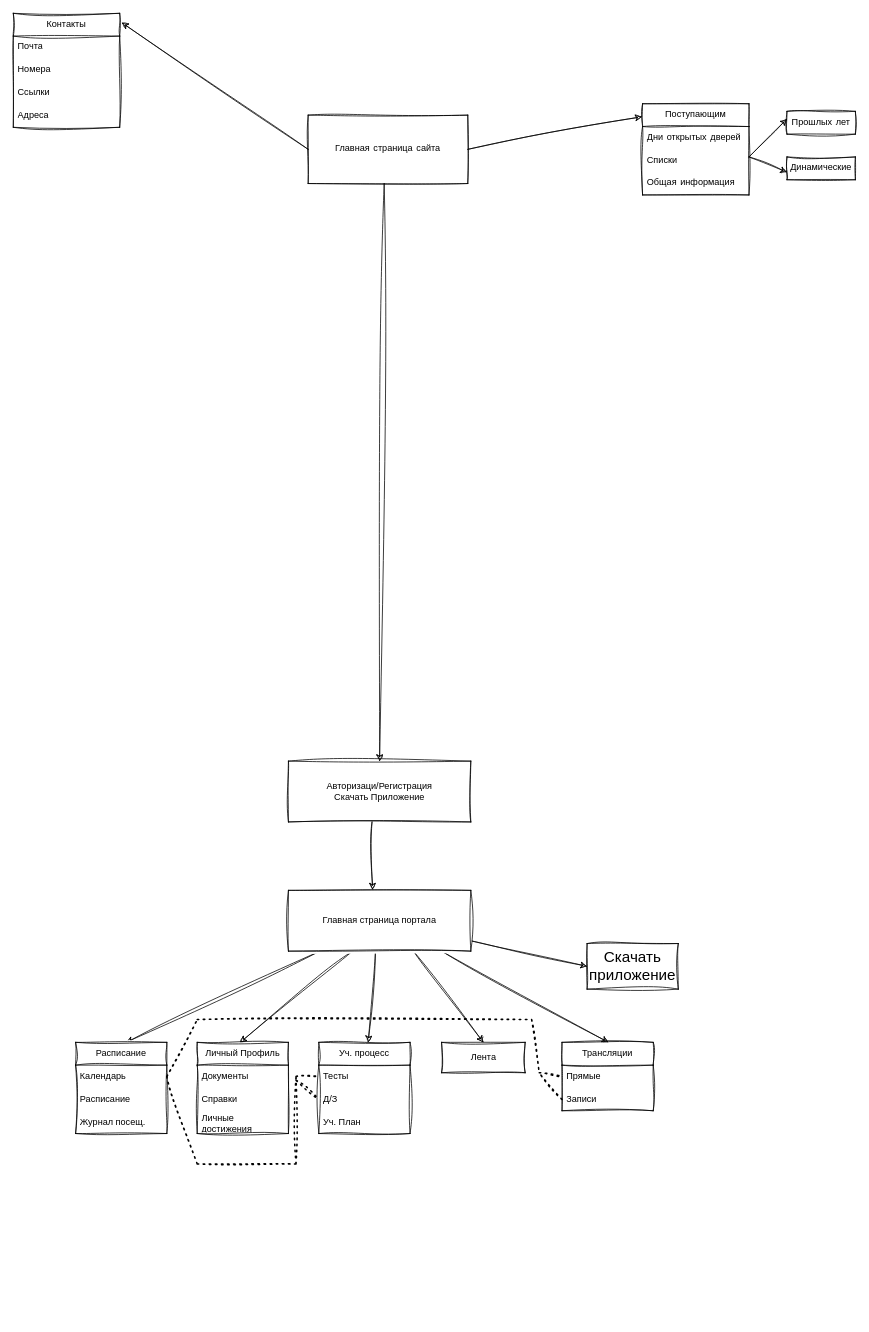
This is Architecture/Inf.drawio from Ptrrch/UNN, a draw.io file, before an edit. Source tidied: cells renumbered, new cells numbered last; positions are measured from the earlier drawing's top-left corner, leaving out a move shared by most shapes. Both pictures are drawn from the tidied source at 76%, with x=0, y=0 at pixel (13, 13).
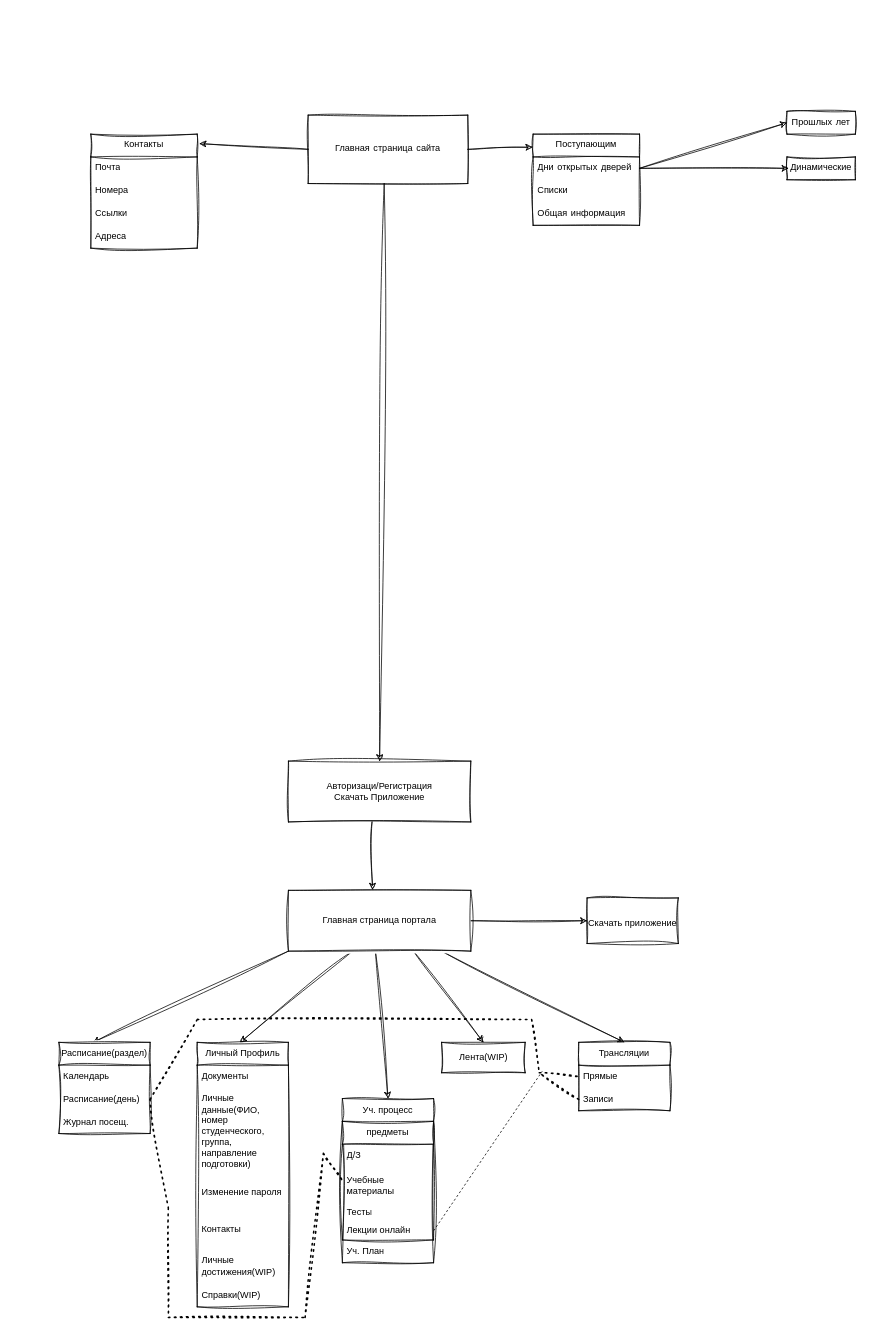
The same diagram, later.

Unchanged cells that the change refers to:
```xml
<mxCell id="22" value="Прямые" style="text;strokeColor=none;fillColor=none;align=left;verticalAlign=middle;spacingLeft=4;spacingRight=4;overflow=hidden;points=[[0,0.5],[1,0.5]];portConstraint=eastwest;whiteSpace=wrap;html=1;rounded=0;sketch=1;curveFitting=1;jiggle=2;" parent="21" vertex="1">
  <mxGeometry y="30" width="120" height="30" as="geometry" />
</mxCell>
<mxCell id="36" value="Дни открытых дверей" style="text;strokeColor=none;fillColor=none;align=left;verticalAlign=middle;spacingLeft=4;spacingRight=4;overflow=hidden;points=[[0,0.5],[1,0.5]];portConstraint=eastwest;whiteSpace=wrap;html=1;fontFamily=Architects Daughter;rounded=0;sketch=1;curveFitting=1;jiggle=2;" parent="35" vertex="1">
  <mxGeometry y="30" width="140" height="30" as="geometry" />
</mxCell>
<mxCell id="44" value="Прошлых лет" style="rounded=0;whiteSpace=wrap;html=1;hachureGap=4;fontFamily=Architects Daughter;sketch=1;curveFitting=1;jiggle=2;" parent="1" vertex="1">
  <mxGeometry x="1018" y="129" width="90" height="30" as="geometry" />
</mxCell>
```

The edit, as a diff of the source:
```diff
@@
-    <mxCell id="3" value="Лента" style="html=1;whiteSpace=wrap;rounded=0;sketch=1;curveFitting=1;jiggle=2;" parent="1" vertex="1">
+    <mxCell id="3" value="Лента(WIP)" style="html=1;whiteSpace=wrap;rounded=0;sketch=1;curveFitting=1;jiggle=2;" parent="1" vertex="1">
       <mxGeometry x="563.5" y="1354" width="110" height="40" as="geometry" />
     </mxCell>
-    <mxCell id="4" style="endArrow=classic;html=1;rounded=0;entryX=0.5;entryY=0;entryDx=0;entryDy=0;sketch=1;curveFitting=1;jiggle=2;" parent="1" edge="1">
+    <mxCell id="4" style="endArrow=classic;html=1;rounded=0;entryX=0.37;entryY=0.002;entryDx=0;entryDy=0;sketch=1;curveFitting=1;jiggle=2;entryPerimeter=0;" parent="1" edge="1" target="9">
       <mxGeometry relative="1" as="geometry">
-        <mxPoint x="403.5" y="1234" as="sourcePoint" />
-        <mxPoint x="148.5" y="1354" as="targetPoint" />
+        <mxPoint x="362" y="1234" as="sourcePoint" />
       </mxGeometry>
     </mxCell>
@@
-    <mxCell id="6" style="endArrow=classic;html=1;rounded=0;entryX=0.5;entryY=0;entryDx=0;entryDy=0;sketch=1;curveFitting=1;jiggle=2;" parent="1" edge="1">
+    <mxCell id="6" style="endArrow=classic;html=1;rounded=0;sketch=1;curveFitting=1;jiggle=2;entryX=0.5;entryY=0;entryDx=0;entryDy=0;" parent="1" edge="1" target="17">
       <mxGeometry relative="1" as="geometry">
         <mxPoint x="476.5" y="1234" as="sourcePoint" />
-        <mxPoint x="467" y="1354" as="targetPoint" />
       </mxGeometry>
     </mxCell>
@@
-    <mxCell id="8" style="endArrow=classic;html=1;rounded=0;entryX=0.568;entryY=0;entryDx=0;entryDy=0;entryPerimeter=0;sketch=1;curveFitting=1;jiggle=2;" parent="1" edge="1">
+    <mxCell id="8" style="endArrow=classic;html=1;rounded=0;sketch=1;curveFitting=1;jiggle=2;entryX=0.5;entryY=0;entryDx=0;entryDy=0;" parent="1" edge="1" target="21">
       <mxGeometry relative="1" as="geometry">
         <mxPoint x="563.5" y="1234" as="sourcePoint" />
-        <mxPoint x="783" y="1354" as="targetPoint" />
       </mxGeometry>
     </mxCell>
-    <mxCell id="9" value="Расписание" style="swimlane;fontStyle=0;horizontal=1;startSize=30;whiteSpace=wrap;html=1;rounded=0;sketch=1;curveFitting=1;jiggle=2;" parent="1" vertex="1">
-      <mxGeometry x="82" y="1354" width="120" height="120" as="geometry" />
+    <mxCell id="9" value="Расписание(раздел)" style="swimlane;fontStyle=0;horizontal=1;startSize=30;whiteSpace=wrap;html=1;rounded=0;sketch=1;curveFitting=1;jiggle=2;" parent="1" vertex="1">
+      <mxGeometry x="60" y="1354" width="120" height="120" as="geometry" />
     </mxCell>
@@
-    <mxCell id="11" value="Расписание" style="text;strokeColor=none;fillColor=none;align=left;verticalAlign=middle;spacingLeft=4;spacingRight=4;overflow=hidden;points=[[0,0.5],[1,0.5]];portConstraint=eastwest;whiteSpace=wrap;html=1;rounded=0;sketch=1;curveFitting=1;jiggle=2;" parent="9" vertex="1">
+    <mxCell id="11" value="Расписание(день)" style="text;strokeColor=none;fillColor=none;align=left;verticalAlign=middle;spacingLeft=4;spacingRight=4;overflow=hidden;points=[[0,0.5],[1,0.5]];portConstraint=eastwest;whiteSpace=wrap;html=1;rounded=0;sketch=1;curveFitting=1;jiggle=2;" parent="9" vertex="1">
       <mxGeometry y="60" width="120" height="30" as="geometry" />
     </mxCell>
@@
     <mxCell id="13" value="Личный Профиль" style="swimlane;fontStyle=0;horizontal=1;startSize=30;whiteSpace=wrap;html=1;rounded=0;sketch=1;curveFitting=1;jiggle=2;" parent="1" vertex="1">
-      <mxGeometry x="242" y="1354" width="120" height="120" as="geometry" />
+      <mxGeometry x="242" y="1354" width="120" height="348" as="geometry" />
     </mxCell>
@@
+    <mxCell id="49" value="Личные данные(ФИО,&amp;nbsp; номер студенческого, группа, направление подготовки)" style="text;strokeColor=none;fillColor=none;align=left;verticalAlign=middle;spacingLeft=4;spacingRight=4;overflow=hidden;whiteSpace=wrap;html=1;rounded=0;sketch=1;curveFitting=1;jiggle=2;" parent="13" vertex="1">
+      <mxGeometry y="60" width="120" height="114" as="geometry" />
+    </mxCell>
+    <mxCell id="50" value="Изменение пароля" style="text;strokeColor=none;fillColor=none;align=left;verticalAlign=middle;spacingLeft=4;spacingRight=4;overflow=hidden;whiteSpace=wrap;html=1;rounded=0;sketch=1;curveFitting=1;jiggle=2;" parent="13" vertex="1">
+      <mxGeometry y="174" width="120" height="48" as="geometry" />
+    </mxCell>
+    <mxCell id="51" value="Контакты" style="text;strokeColor=none;fillColor=none;align=left;verticalAlign=middle;spacingLeft=4;spacingRight=4;overflow=hidden;whiteSpace=wrap;html=1;rounded=0;sketch=1;curveFitting=1;jiggle=2;" parent="13" vertex="1">
+      <mxGeometry y="222" width="120" height="48" as="geometry" />
+    </mxCell>
+    <mxCell id="16" value="Личные достижения(WIP)" style="text;strokeColor=none;fillColor=none;align=left;verticalAlign=middle;spacingLeft=4;spacingRight=4;overflow=hidden;whiteSpace=wrap;html=1;rounded=0;sketch=1;curveFitting=1;jiggle=2;" parent="13" vertex="1">
+      <mxGeometry y="270" width="120" height="48" as="geometry" />
+    </mxCell>
-    <mxCell id="15" value="Справки" style="text;strokeColor=none;fillColor=none;align=left;verticalAlign=middle;spacingLeft=4;spacingRight=4;overflow=hidden;whiteSpace=wrap;html=1;rounded=0;sketch=1;curveFitting=1;jiggle=2;" parent="13" vertex="1">
-      <mxGeometry y="60" width="120" height="30" as="geometry" />
+    <mxCell id="15" value="Справки(WIP)" style="text;strokeColor=none;fillColor=none;align=left;verticalAlign=middle;spacingLeft=4;spacingRight=4;overflow=hidden;whiteSpace=wrap;html=1;rounded=0;sketch=1;curveFitting=1;jiggle=2;" parent="13" vertex="1">
+      <mxGeometry y="318" width="120" height="30" as="geometry" />
     </mxCell>
-    <mxCell id="16" value="Личные достижения" style="text;strokeColor=none;fillColor=none;align=left;verticalAlign=middle;spacingLeft=4;spacingRight=4;overflow=hidden;whiteSpace=wrap;html=1;rounded=0;sketch=1;curveFitting=1;jiggle=2;" parent="13" vertex="1">
-      <mxGeometry y="90" width="120" height="30" as="geometry" />
-    </mxCell>
     <mxCell id="17" value="Уч. процесс" style="swimlane;fontStyle=0;horizontal=1;startSize=30;whiteSpace=wrap;html=1;rounded=0;sketch=1;curveFitting=1;jiggle=2;" parent="1" vertex="1">
-      <mxGeometry x="402" y="1354" width="120" height="120" as="geometry" />
+      <mxGeometry x="433" y="1428" width="120" height="216" as="geometry" />
     </mxCell>
+    <mxCell id="52" value="предметы" style="swimlane;fontStyle=0;horizontal=1;startSize=30;whiteSpace=wrap;html=1;rounded=0;sketch=1;curveFitting=1;jiggle=2;" parent="17" vertex="1">
+      <mxGeometry y="30" width="120" height="156" as="geometry" />
+    </mxCell>
+    <mxCell id="19" value="Д/З" style="text;strokeColor=none;fillColor=none;align=left;verticalAlign=middle;spacingLeft=4;spacingRight=4;overflow=hidden;points=[[0,0.5],[1,0.5]];portConstraint=eastwest;whiteSpace=wrap;html=1;rounded=0;sketch=1;curveFitting=1;jiggle=2;" parent="52" vertex="1">
+      <mxGeometry y="30" width="120" height="30" as="geometry" />
+    </mxCell>
+    <mxCell id="53" value="Учебные материалы" style="text;strokeColor=none;fillColor=none;align=left;verticalAlign=middle;spacingLeft=4;spacingRight=4;overflow=hidden;whiteSpace=wrap;html=1;rounded=0;sketch=1;curveFitting=1;jiggle=2;" parent="52" vertex="1">
+      <mxGeometry y="60" width="120" height="48" as="geometry" />
+    </mxCell>
-    <mxCell id="18" value="Тесты" style="text;strokeColor=none;fillColor=none;align=left;verticalAlign=middle;spacingLeft=4;spacingRight=4;overflow=hidden;points=[[0,0.5],[1,0.5]];portConstraint=eastwest;whiteSpace=wrap;html=1;rounded=0;sketch=1;curveFitting=1;jiggle=2;" parent="17" vertex="1">
-      <mxGeometry y="30" width="120" height="30" as="geometry" />
+    <mxCell id="18" value="Тесты" style="text;strokeColor=none;fillColor=none;align=left;verticalAlign=middle;spacingLeft=4;spacingRight=4;overflow=hidden;points=[[0,0.5],[1,0.5]];portConstraint=eastwest;whiteSpace=wrap;html=1;rounded=0;sketch=1;curveFitting=1;jiggle=2;" parent="52" vertex="1">
+      <mxGeometry y="108" width="120" height="24" as="geometry" />
     </mxCell>
-    <mxCell id="19" value="Д/З" style="text;strokeColor=none;fillColor=none;align=left;verticalAlign=middle;spacingLeft=4;spacingRight=4;overflow=hidden;points=[[0,0.5],[1,0.5]];portConstraint=eastwest;whiteSpace=wrap;html=1;rounded=0;sketch=1;curveFitting=1;jiggle=2;" parent="17" vertex="1">
-      <mxGeometry y="60" width="120" height="30" as="geometry" />
-    </mxCell>
+    <mxCell id="54" value="Лекции онлайн" style="text;strokeColor=none;fillColor=none;align=left;verticalAlign=middle;spacingLeft=4;spacingRight=4;overflow=hidden;points=[[0,0.5],[1,0.5]];portConstraint=eastwest;whiteSpace=wrap;html=1;rounded=0;sketch=1;curveFitting=1;jiggle=2;" parent="52" vertex="1">
+      <mxGeometry y="132" width="120" height="24" as="geometry" />
+    </mxCell>
     <mxCell id="20" value="Уч. План" style="text;strokeColor=none;fillColor=none;align=left;verticalAlign=middle;spacingLeft=4;spacingRight=4;overflow=hidden;whiteSpace=wrap;html=1;rounded=0;sketch=1;curveFitting=1;jiggle=2;" parent="17" vertex="1">
-      <mxGeometry y="90" width="120" height="30" as="geometry" />
+      <mxGeometry y="186" width="120" height="30" as="geometry" />
     </mxCell>
     <mxCell id="21" value="Трансляции" style="swimlane;fontStyle=0;horizontal=1;startSize=30;whiteSpace=wrap;html=1;rounded=0;sketch=1;curveFitting=1;jiggle=2;" parent="1" vertex="1">
-      <mxGeometry x="722" y="1354" width="120" height="90" as="geometry" />
+      <mxGeometry x="744" y="1354" width="120" height="90" as="geometry" />
     </mxCell>
@@
-    <mxCell id="24" style="endArrow=none;dashed=1;html=1;dashPattern=1 3;strokeWidth=2;rounded=0;entryX=0;entryY=0.5;entryDx=0;entryDy=0;sketch=1;curveFitting=1;jiggle=2;" parent="1" edge="1" target="22">
+    <mxCell id="24" style="endArrow=none;dashed=1;html=1;dashPattern=1 3;strokeWidth=2;rounded=0;entryX=0;entryY=0.5;entryDx=0;entryDy=0;sketch=1;curveFitting=1;jiggle=2;exitX=1;exitY=0.5;exitDx=0;exitDy=0;" parent="1" edge="1" source="11" target="22">
       <mxGeometry relative="1" as="geometry">
-        <mxPoint x="202" y="1399" as="sourcePoint" />
         <Array as="points">
           <mxPoint x="242" y="1324" />
           <mxPoint x="682" y="1324" />
           <mxPoint x="692" y="1394" />
         </Array>
       </mxGeometry>
     </mxCell>
@@
-    <mxCell id="26" style="endArrow=none;dashed=1;html=1;dashPattern=1 3;strokeWidth=2;rounded=0;entryX=0;entryY=0.5;entryDx=0;entryDy=0;sketch=1;curveFitting=1;jiggle=2;" parent="1" edge="1" target="18">
+    <mxCell id="26" style="endArrow=none;dashed=1;html=1;dashPattern=1 3;strokeWidth=2;rounded=0;sketch=1;curveFitting=1;jiggle=2;exitX=1;exitY=0.5;exitDx=0;exitDy=0;entryX=0;entryY=0.5;entryDx=0;entryDy=0;" parent="1" edge="1" source="11" target="52">
       <mxGeometry relative="1" as="geometry">
-        <mxPoint x="202" y="1399" as="sourcePoint" />
         <Array as="points">
-          <mxPoint x="242" y="1514" />
-          <mxPoint x="372" y="1514" />
-          <mxPoint x="372" y="1399" />
+          <mxPoint x="204" y="1572" />
+          <mxPoint x="204" y="1716" />
+          <mxPoint x="384" y="1716" />
+          <mxPoint x="408" y="1500" />
         </Array>
       </mxGeometry>
     </mxCell>
-    <mxCell id="27" style="endArrow=none;dashed=1;html=1;dashPattern=1 3;strokeWidth=2;rounded=0;entryX=0;entryY=0.5;entryDx=0;entryDy=0;sketch=1;curveFitting=1;jiggle=2;" parent="1" edge="1" target="19">
-      <mxGeometry relative="1" as="geometry">
-        <mxPoint x="372" y="1404" as="sourcePoint" />
-      </mxGeometry>
-    </mxCell>
@@
     <mxCell id="29" value="Контакты" style="swimlane;fontStyle=0;horizontal=1;startSize=30;whiteSpace=wrap;html=1;hachureGap=4;fontFamily=Architects Daughter;rounded=0;sketch=1;curveFitting=1;jiggle=2;" parent="1" vertex="1">
-      <mxGeometry width="140" height="150" as="geometry" />
+      <mxGeometry x="102" y="159" width="140" height="150" as="geometry" />
     </mxCell>
@@
     <mxCell id="35" value="Поступающим" style="swimlane;fontStyle=0;horizontal=1;startSize=30;whiteSpace=wrap;html=1;hachureGap=4;fontFamily=Architects Daughter;rounded=0;sketch=1;curveFitting=1;jiggle=2;" parent="1" vertex="1">
-      <mxGeometry x="828" y="119" width="140" height="120" as="geometry" />
+      <mxGeometry x="684" y="159" width="140" height="120" as="geometry" />
     </mxCell>
@@
-    <mxCell id="46" style="endArrow=classic;html=1;rounded=0;hachureGap=4;fontFamily=Architects Daughter;sketch=1;curveFitting=1;jiggle=2;" parent="1" edge="1">
-      <mxGeometry relative="1" as="geometry">
-        <mxPoint x="968" y="189" as="sourcePoint" />
-        <mxPoint x="1018" y="139" as="targetPoint" />
-      </mxGeometry>
+    <mxCell id="46" style="endArrow=classic;html=1;rounded=0;hachureGap=4;fontFamily=Architects Daughter;sketch=1;curveFitting=1;jiggle=2;exitX=1;exitY=0.5;exitDx=0;exitDy=0;entryX=0;entryY=0.5;entryDx=0;entryDy=0;" parent="1" edge="1" source="36" target="44">
+      <mxGeometry relative="1" as="geometry" />
     </mxCell>
-    <mxCell id="47" style="endArrow=classic;html=1;rounded=0;hachureGap=4;fontFamily=Architects Daughter;sketch=1;curveFitting=1;jiggle=2;" parent="1" edge="1">
+    <mxCell id="47" style="endArrow=classic;html=1;rounded=0;hachureGap=4;fontFamily=Architects Daughter;sketch=1;curveFitting=1;jiggle=2;exitX=1;exitY=0.5;exitDx=0;exitDy=0;" parent="1" edge="1" source="36">
       <mxGeometry relative="1" as="geometry">
-        <mxPoint x="968" y="189" as="sourcePoint" />
-        <mxPoint x="1018" y="209" as="targetPoint" />
+        <mxPoint x="1020" y="204" as="targetPoint" />
       </mxGeometry>
     </mxCell>
-    <mxCell id="48" value="Скачать приложение" style="whiteSpace=wrap;html=1;sketch=1;hachureGap=4;jiggle=2;curveFitting=1;fontFamily=Architects Daughter;fontSize=20;strokeWidth=1;fillColor=default;" parent="1" vertex="1">
-      <mxGeometry x="755" y="1224" width="120" height="60" as="geometry" />
+    <mxCell id="48" value="&lt;font face=&quot;Helvetica&quot; style=&quot;font-size: 12px;&quot;&gt;Скачать приложение&lt;/font&gt;" style="whiteSpace=wrap;html=1;sketch=1;hachureGap=4;jiggle=2;curveFitting=1;fontFamily=Architects Daughter;fontSize=20;strokeWidth=1;fillColor=default;" parent="1" vertex="1">
+      <mxGeometry x="755" y="1164" width="120" height="60" as="geometry" />
     </mxCell>
+    <mxCell id="55" style="endArrow=none;dashed=1;html=1;fontFamily=Helvetica;fontSize=12;exitX=1;exitY=0.5;exitDx=0;exitDy=0;" parent="1" edge="1" source="54">
+      <mxGeometry relative="1" as="geometry">
+        <mxPoint x="696" y="1392" as="targetPoint" />
+      </mxGeometry>
+    </mxCell>
```
